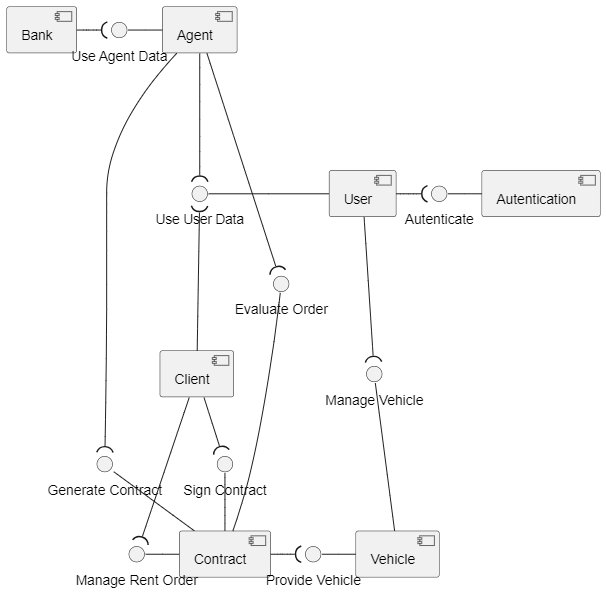
The PlantUML diagram projeto 2/project/componentDiagram.png in migueltico2/laboratorio-de-desenvolvimento-de-software, before a commit. Its source is kept beside it as projeto 2/project/componentDiagram.plantuml.
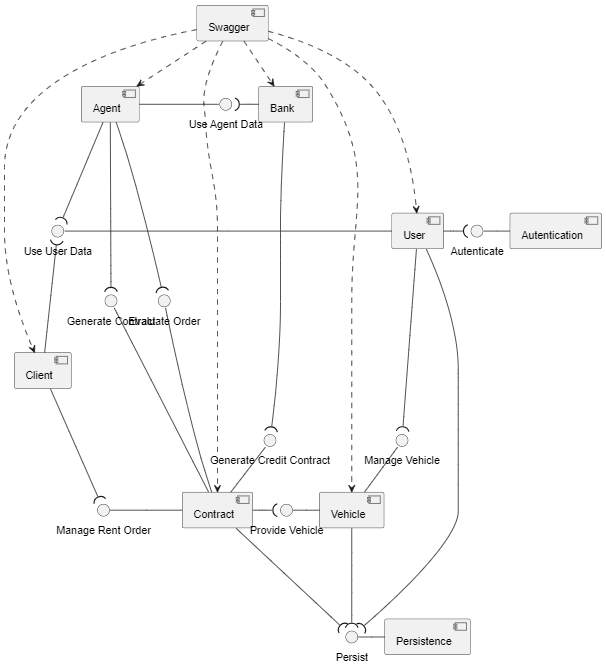
After the change.

What changed in the source:
```diff
@@ -7,40 +7,55 @@
 component Contract
 component Vehicle
 component Autentication
+component Swagger
+component Persistence
 
 interface "Use User Data" as UserData
 interface "Use Agent Data" as AgentData
 interface Autenticate
 interface "Generate Contract" as GenerateC
-interface "Sign Contract" as SignC
+interface "Generate Credit Contract" as GenerateCC
 interface "Provide Vehicle" as ProvideV
 interface "Manage Vehicle" as MangeV
 interface "Manage Rent Order" as MangeR
 interface "Evaluate Order" as EvaluteOrder
+interface Persist
 
 Autenticate - Autentication
 UserData - User
-AgentData - Agent
-GenerateC - Contract
-SignC - Contract
+Agent - AgentData
 ProvideV - Vehicle
 MangeV - Vehicle
+GenerateC - Contract
+GenerateCC - Contract
 EvaluteOrder - Contract
 MangeR - Contract
+Persist - Persistence
+
+Swagger ..> User
+Swagger ..> Client
+Swagger ..> Agent
+Swagger ..> Bank
+Swagger ..> Contract
+Swagger ..> Vehicle
 
 User --right-( Autenticate
 User --down-( MangeV
+User --down-( Persist
 
 Client --up-( UserData
-Client -right--( SignC
 Client --down-( MangeR
 
 Agent ---( UserData
 Agent ---( GenerateC
 Agent ---( EvaluteOrder
 
-Bank --right-( AgentData
+Bank --left-( AgentData
+Bank --down-( GenerateCC
 
 Contract --right-( ProvideV
+Contract --down-( Persist
+
+Vehicle --down-( Persist
 
 @enduml
```
